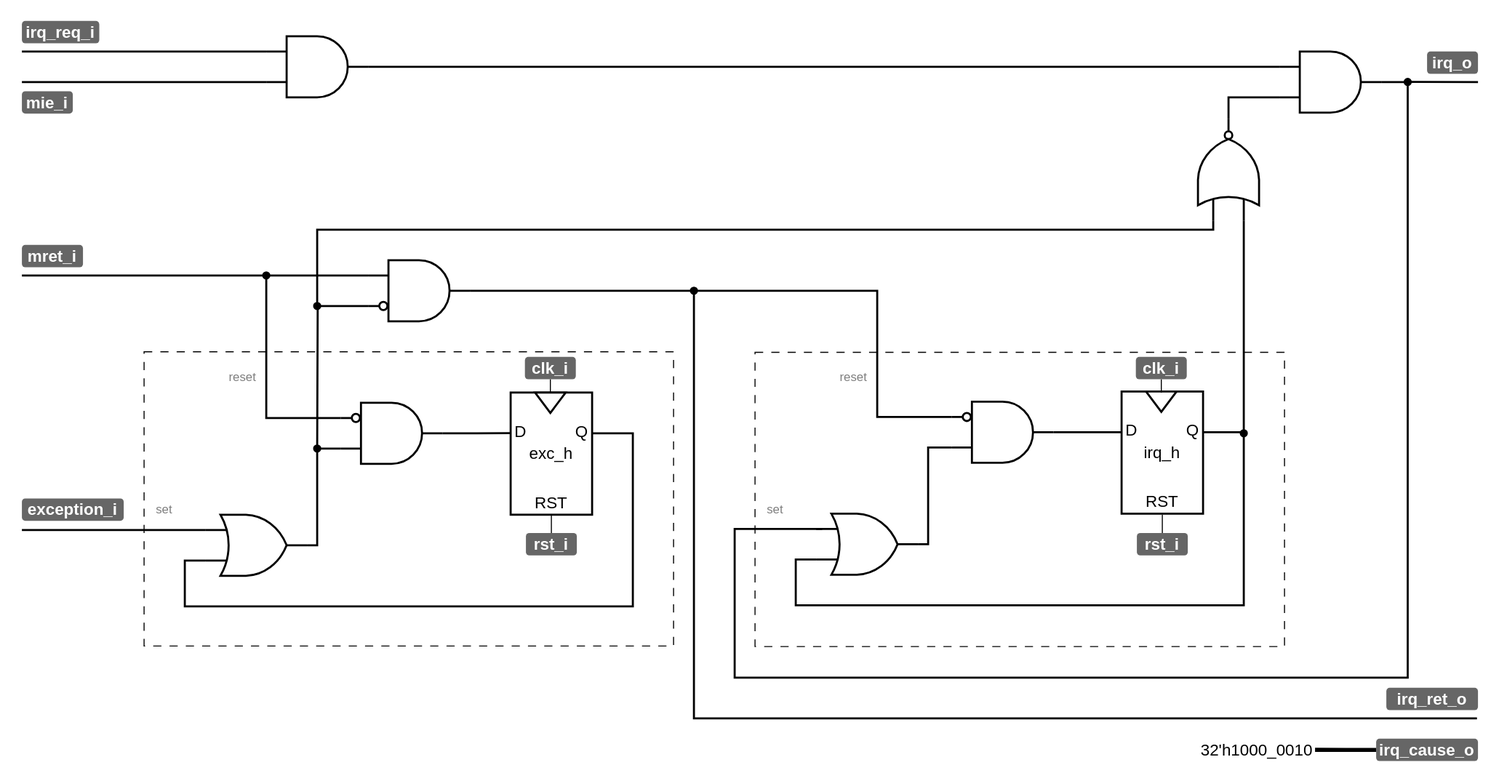
Above: .pic/Labs/lab_10_irq/fig_05.drawio.svg in MPSU/APS (draw.io), before the change. Source tidied: cells renumbered, new cells last; positions are measured from the earlier drawing's top-left corner, leaving out a move shared by most shapes.
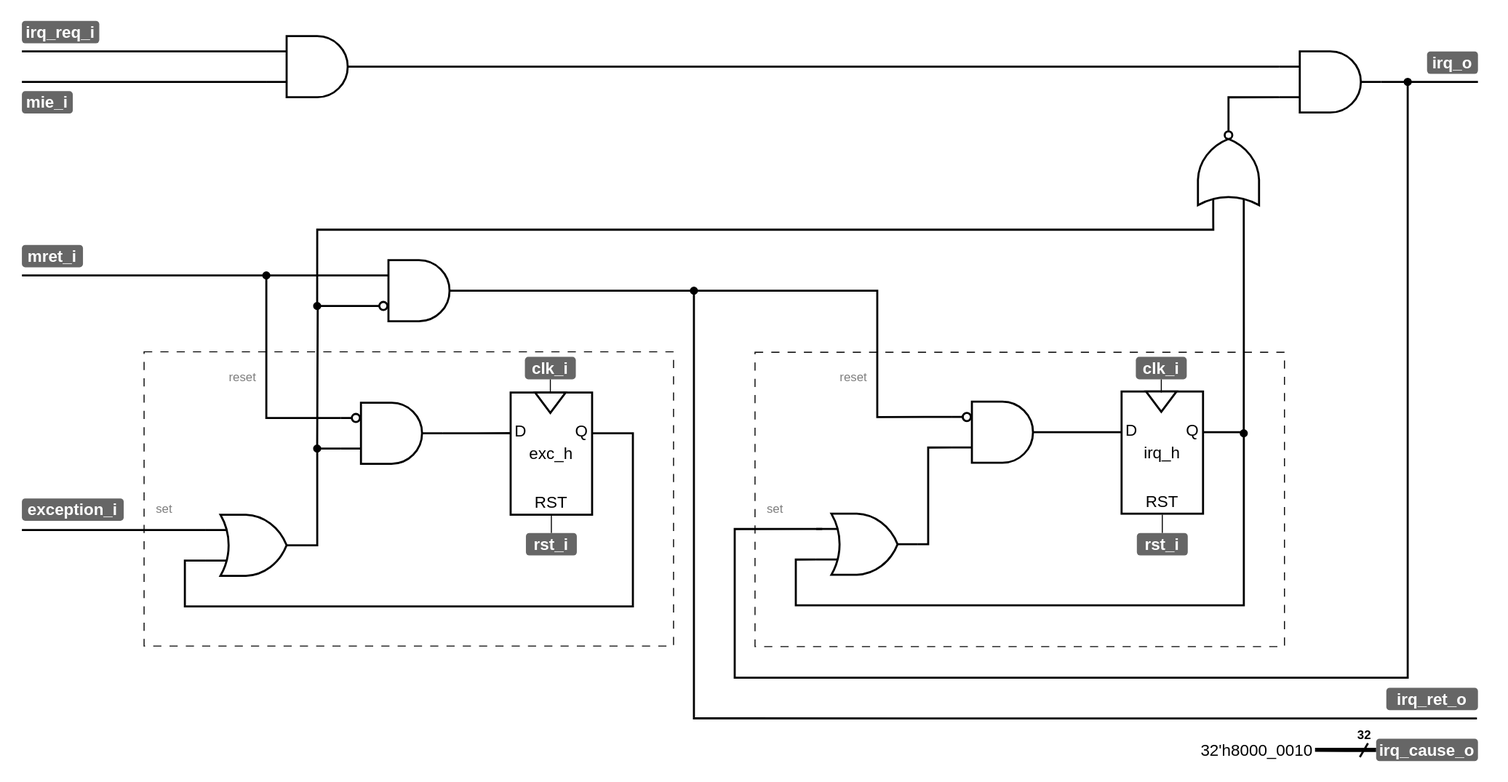
Later version of the same file.

Commit message:
ЛР10. Исправление константы для mcause

В константе была ошибка, при старшем бите равном единице,
шестнадцатеричная цифра должна быть равна 0x8, а не 0x1.

Change to the diagram source:
```diff
@@ -247,7 +247,7 @@
     <mxCell id="56" value="&lt;font color=&quot;#ffffff&quot;&gt;&lt;b&gt;irq_cause&lt;/b&gt;&lt;/font&gt;&lt;b style=&quot;font-size: 16px;&quot;&gt;&lt;font style=&quot;font-size: 16px;&quot; color=&quot;#ffffff&quot;&gt;_o&lt;/font&gt;&lt;/b&gt;" style="text;html=1;strokeColor=none;fillColor=#666666;align=center;verticalAlign=middle;whiteSpace=wrap;rounded=1;fontSize=16;fontColor=#000000;comic=0;jiggle=0.5;strokeOpacity=100;fillOpacity=100;" parent="1" vertex="1">
       <mxGeometry x="1330" y="705" width="100" height="22" as="geometry" />
     </mxCell>
-    <mxCell id="57" value="32'h1000_0010" style="text;html=1;strokeColor=none;fillColor=none;align=center;verticalAlign=middle;whiteSpace=wrap;rounded=0;fontSize=16;" parent="1" vertex="1">
+    <mxCell id="57" value="32'h8000_0010" style="text;html=1;strokeColor=none;fillColor=none;align=center;verticalAlign=middle;whiteSpace=wrap;rounded=0;fontSize=16;" parent="1" vertex="1">
       <mxGeometry x="1170" y="707" width="86" height="18" as="geometry" />
     </mxCell>
     <mxCell id="58" style="edgeStyle=orthogonalEdgeStyle;rounded=0;jettySize=auto;html=1;exitX=0.5;exitY=1;exitDx=0;exitDy=0;entryX=0;entryY=0.5;entryDx=0;entryDy=0;endArrow=none;endFill=0;" parent="1" edge="1" source="59" target="17">
@@ -278,5 +278,14 @@
     <mxCell id="65" value="&lt;font color=&quot;#ffffff&quot;&gt;&lt;b&gt;rst&lt;/b&gt;&lt;/font&gt;&lt;b style=&quot;font-size: 16px;&quot;&gt;&lt;font color=&quot;#ffffff&quot; style=&quot;font-size: 16px;&quot;&gt;_i&lt;/font&gt;&lt;/b&gt;" style="text;html=1;strokeColor=none;fillColor=#666666;align=center;verticalAlign=middle;whiteSpace=wrap;rounded=1;fontSize=16;fontColor=#000000;comic=0;jiggle=0.5;strokeOpacity=100;fillOpacity=100;" parent="1" vertex="1">
       <mxGeometry x="1095" y="503" width="50" height="22" as="geometry" />
     </mxCell>
+    <mxCell id="66" value="&lt;font style=&quot;font-size: 12px;&quot;&gt;&lt;b&gt;32&lt;br&gt;&lt;/b&gt;&lt;/font&gt;" style="text;whiteSpace=wrap;html=1;spacingTop=-9;strokeOpacity=100;fillOpacity=100;" parent="1" vertex="1">
+      <mxGeometry x="1310" y="697" width="14" height="10" as="geometry" />
+    </mxCell>
+    <mxCell id="67" style="endArrow=none;html=1;rounded=0;strokeOpacity=100;fillOpacity=100;strokeWidth=2;" parent="1" edge="1">
+      <mxGeometry relative="1" as="geometry">
+        <mxPoint x="1314" y="723" as="sourcePoint" />
+        <mxPoint x="1322" y="709.5" as="targetPoint" />
+      </mxGeometry>
+    </mxCell>
   </root>
 </mxGraphModel>
```
